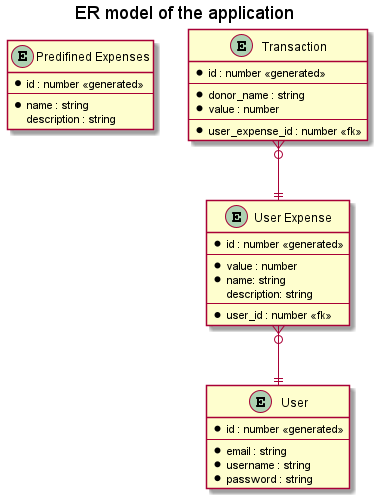
szattila98/veryrezsi keeps this PlantUML diagram as docs/img/er_model.png. Above is the earlier version.
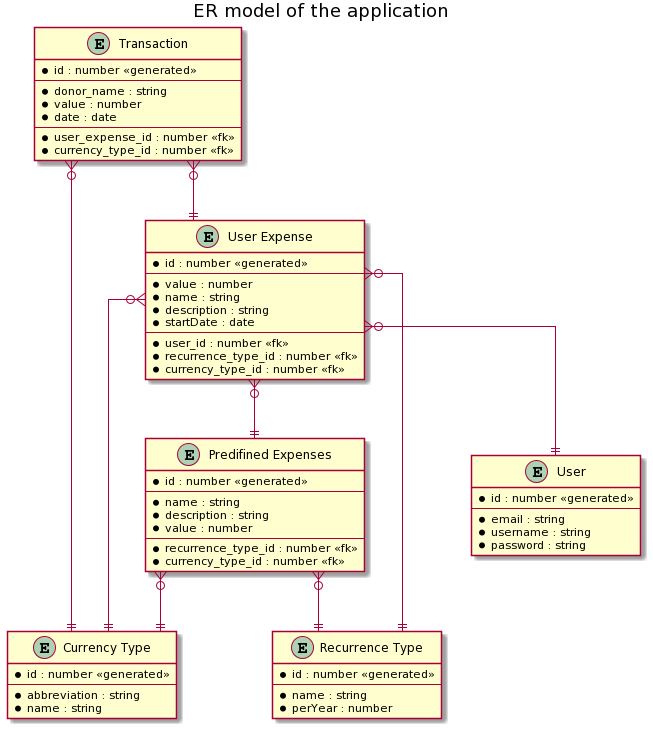
The same file after the commit.

Commit message:
Expense to template in mock entities Updating ER model, however it has some cyclic routes in it (looks really bad)

Change to the diagram source:
```diff
@@ -1,12 +1,30 @@
-@startuml er_model
+@startuml
 title ER model of the application
 skinparam linetype ortho
+
+entity "Currency Type" as currtp {
+  * id : number <<generated>>
+  ---
+  * abbreviation : string
+  * name : string
+}
+
+entity "Recurrence Type" as recurrtp {
+  * id : number <<generated>>
+  ---
+  * name : string
+  * perYear : number
+}
 
 entity "Predifined Expenses" as pexp {
   * id : number <<generated>>
   ---
   * name : string
-  description : string
+  * description : string
+  * value : number
+  ---
+  * recurrence_type_id : number <<fk>>
+  * currency_type_id : number <<fk>>
 }
 
 entity "User" as user {
@@ -21,10 +39,13 @@
   * id : number <<generated>>
   ---
   * value : number
-  * name: string
-  description: string
+  * name : string
+  * description : string
+  * startDate : date
   ---
   * user_id : number <<fk>>
+  * recurrence_type_id : number <<fk>>
+  * currency_type_id : number <<fk>>
 }
 
 entity "Transaction" as utran {
@@ -32,10 +53,19 @@
   ---
   * donor_name : string
   * value : number
+  * date : date
   ---
   * user_expense_id : number <<fk>>
+  * currency_type_id : number <<fk>>
 }
 
 uexp }o--|| user
+uexp }o--|| currtp
+uexp }o--|| recurrtp
+
 utran }o--|| uexp
+utran }o--|| currtp
+uexp }o--|| pexp
+pexp }o--|| currtp
+pexp }o--|| recurrtp
 @enduml
```
